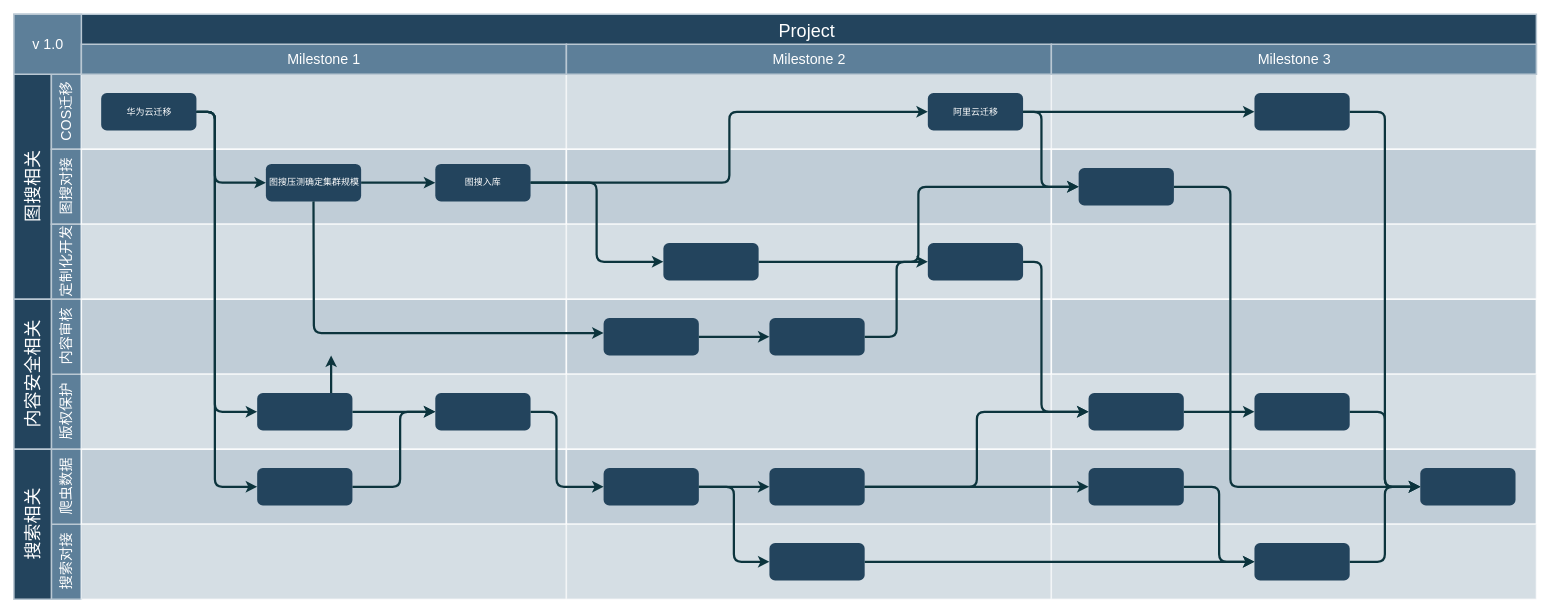
wangyu7988/studyai keeps this draw.io diagram as Untitled Diagram.drawio. Above is the earlier version. Source tidied: cells renumbered, new cells numbered last; positions are measured from the earlier drawing's top-left corner, leaving out a move shared by most shapes. Both pictures are drawn from the tidied source at 75%, with x=0, y=0 at pixel (14, 14).
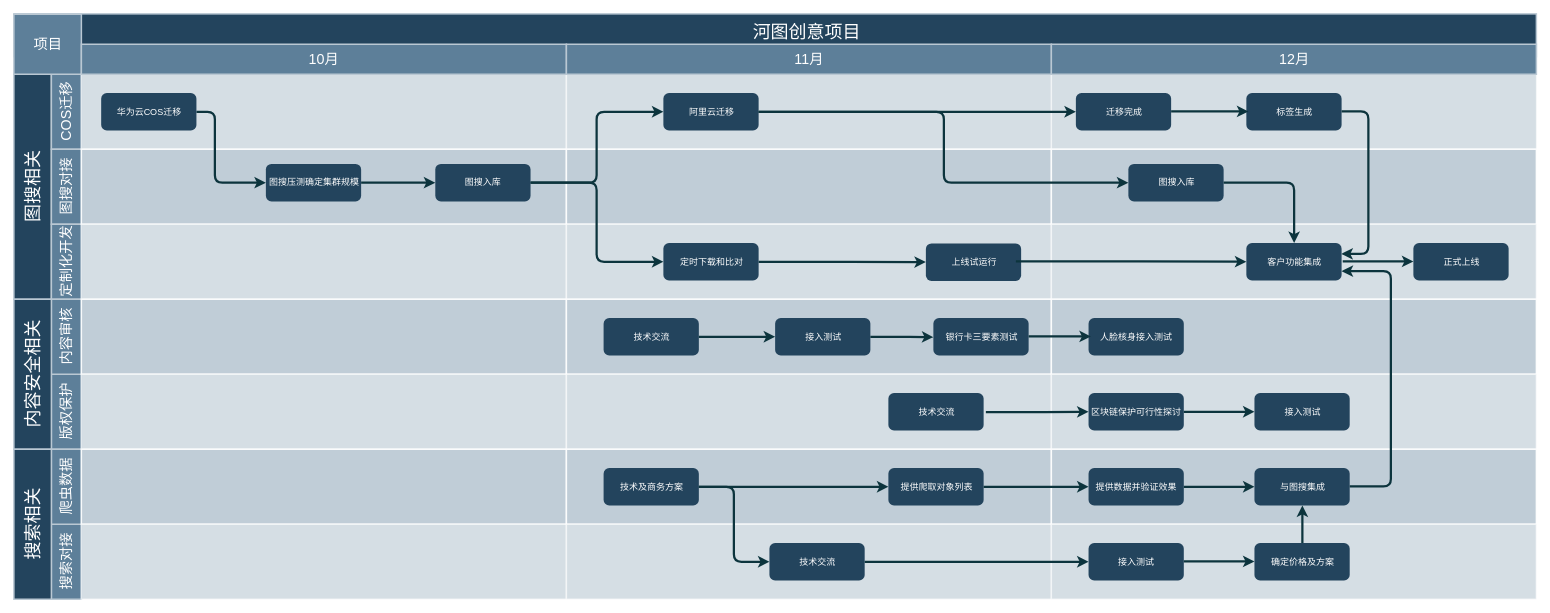
The same diagram, later.

The change refers to these unchanged cells:
```xml
<mxCell id="38" value="图搜压测确定集群规模" style="rounded=1;fillColor=#23445D;strokeColor=none;strokeWidth=2;fontFamily=Helvetica;html=1;gradientColor=none;fontColor=#FFFFFF;" parent="1" vertex="1">
  <mxGeometry x="336" y="200" width="127" height="50" as="geometry" />
</mxCell>
<mxCell id="83" style="group;fontColor=#FFFFFF;" parent="1" vertex="1">
  <mxGeometry x="90" y="40.5" width="646.7" height="40" as="geometry" />
</mxCell>
```

The edit, as a diff of the source:
```diff
@@
-    <mxCell id="2" value="Project&#10;" style="strokeColor=#BAC8D3;fillColor=#23445D;fontSize=24;strokeWidth=2;fontFamily=Helvetica;html=1;fontStyle=0;spacingBottom=8;spacingRight=0;spacingLeft=83;fontColor=#FFFFFF;" parent="1" vertex="1">
-      <mxGeometry y="0.5" width="2030" height="80" as="geometry" />
+    <mxCell id="2" value="河图创意项目" style="strokeColor=#BAC8D3;fillColor=#23445D;fontSize=24;strokeWidth=2;fontFamily=Helvetica;html=1;fontStyle=0;spacingBottom=8;spacingRight=0;spacingLeft=83;fontColor=#FFFFFF;" parent="1" vertex="1">
+      <mxGeometry width="2030" height="57" as="geometry" />
     </mxCell>
@@
-    <mxCell id="5" value="v 1.0" style="strokeColor=#BAC8D3;fillColor=#5d7f99;fontSize=19;strokeWidth=2;fontFamily=Helvetica;html=1;labelBackgroundColor=none;fontColor=#FFFFFF;" parent="1" vertex="1">
+    <mxCell id="5" value="项目" style="strokeColor=#BAC8D3;fillColor=#5d7f99;fontSize=19;strokeWidth=2;fontFamily=Helvetica;html=1;labelBackgroundColor=none;fontColor=#FFFFFF;" parent="1" vertex="1">
       <mxGeometry y="0.5" width="90" height="80" as="geometry" />
     </mxCell>
@@
-    <mxCell id="36" value="&lt;font&gt;华为云迁移&lt;/font&gt;" style="rounded=1;fillColor=#23445D;strokeColor=none;strokeWidth=2;fontFamily=Helvetica;html=1;gradientColor=none;fontColor=#FFFFFF;" parent="1" vertex="1">
+    <mxCell id="36" value="&lt;font&gt;华为云COS迁移&lt;/font&gt;" style="rounded=1;fillColor=#23445D;strokeColor=none;strokeWidth=2;fontFamily=Helvetica;html=1;gradientColor=none;fontColor=#FFFFFF;" parent="1" vertex="1">
       <mxGeometry x="116.4" y="105.5" width="127" height="50" as="geometry" />
     </mxCell>
@@
-    <mxCell id="39" style="rounded=1;fillColor=#23445D;strokeColor=none;strokeWidth=2;fontFamily=Helvetica;html=1;gradientColor=none;fontColor=#FFFFFF;" parent="1" vertex="1">
-      <mxGeometry x="561.9" y="505.5" width="127" height="50" as="geometry" />
-    </mxCell>
-    <mxCell id="40" style="rounded=1;fillColor=#23445D;strokeColor=none;strokeWidth=2;fontFamily=Helvetica;html=1;gradientColor=none;fontColor=#FFFFFF;" parent="1" vertex="1">
-      <mxGeometry x="324.4" y="605.5" width="127" height="50" as="geometry" />
-    </mxCell>
-    <mxCell id="41" style="rounded=1;fillColor=#23445D;strokeColor=none;strokeWidth=2;fontFamily=Helvetica;html=1;gradientColor=none;fontColor=#FFFFFF;" parent="1" vertex="1">
-      <mxGeometry x="324.4" y="505.5" width="127" height="50" as="geometry" />
+    <mxCell id="41" value="技术交流" style="rounded=1;fillColor=#23445D;strokeColor=none;strokeWidth=2;fontFamily=Helvetica;html=1;gradientColor=none;fontColor=#FFFFFF;" parent="1" vertex="1">
+      <mxGeometry x="1166" y="505.5" width="127" height="50" as="geometry" />
     </mxCell>
-    <mxCell id="42" style="rounded=1;fillColor=#23445D;strokeColor=none;strokeWidth=2;fontFamily=Helvetica;html=1;gradientColor=none;fontColor=#FFFFFF;" parent="1" vertex="1">
+    <mxCell id="42" value="定时下载和比对" style="rounded=1;fillColor=#23445D;strokeColor=none;strokeWidth=2;fontFamily=Helvetica;html=1;gradientColor=none;fontColor=#FFFFFF;" parent="1" vertex="1">
       <mxGeometry x="866" y="305.5" width="127" height="50" as="geometry" />
     </mxCell>
     <mxCell id="43" value="阿里云迁移" style="rounded=1;fillColor=#23445D;strokeColor=none;strokeWidth=2;fontFamily=Helvetica;html=1;gradientColor=none;fontColor=#FFFFFF;" parent="1" vertex="1">
-      <mxGeometry x="1218.6" y="105.5" width="127" height="50" as="geometry" />
+      <mxGeometry x="866" y="105.5" width="127" height="50" as="geometry" />
     </mxCell>
-    <mxCell id="44" style="rounded=1;fillColor=#23445D;strokeColor=none;strokeWidth=2;gradientColor=none;fontFamily=Helvetica;html=1;fontColor=#FFFFFF;" parent="1" vertex="1">
-      <mxGeometry x="1875.2" y="605.5" width="127" height="50" as="geometry" />
+    <mxCell id="44" value="与图搜集成" style="rounded=1;fillColor=#23445D;strokeColor=none;strokeWidth=2;gradientColor=none;fontFamily=Helvetica;html=1;fontColor=#FFFFFF;" parent="1" vertex="1">
+      <mxGeometry x="1654.1" y="605.5" width="127" height="50" as="geometry" />
     </mxCell>
-    <mxCell id="45" style="rounded=1;fillColor=#23445D;strokeColor=none;strokeWidth=2;fontFamily=Helvetica;html=1;gradientColor=none;fontColor=#FFFFFF;" parent="1" vertex="1">
-      <mxGeometry x="1007.4" y="405.5" width="127" height="50" as="geometry" />
+    <mxCell id="45" value="接入测试" style="rounded=1;fillColor=#23445D;strokeColor=none;strokeWidth=2;fontFamily=Helvetica;html=1;gradientColor=none;fontColor=#FFFFFF;" parent="1" vertex="1">
+      <mxGeometry x="1015" y="405.5" width="127" height="50" as="geometry" />
     </mxCell>
-    <mxCell id="46" style="rounded=1;fillColor=#23445D;strokeColor=none;strokeWidth=2;fontFamily=Helvetica;html=1;gradientColor=none;fontColor=#FFFFFF;" parent="1" vertex="1">
+    <mxCell id="46" value="技术交流" style="rounded=1;fillColor=#23445D;strokeColor=none;strokeWidth=2;fontFamily=Helvetica;html=1;gradientColor=none;fontColor=#FFFFFF;" parent="1" vertex="1">
       <mxGeometry x="1007.4" y="705.5" width="127" height="50" as="geometry" />
     </mxCell>
-    <mxCell id="47" style="rounded=1;fillColor=#23445D;strokeColor=none;strokeWidth=2;fontFamily=Helvetica;html=1;gradientColor=none;fontColor=#FFFFFF;" parent="1" vertex="1">
+    <mxCell id="47" value="技术及商务方案" style="rounded=1;fillColor=#23445D;strokeColor=none;strokeWidth=2;fontFamily=Helvetica;html=1;gradientColor=none;fontColor=#FFFFFF;" parent="1" vertex="1">
       <mxGeometry x="786.3" y="605.5" width="127" height="50" as="geometry" />
     </mxCell>
-    <mxCell id="48" style="rounded=1;fillColor=#23445D;strokeColor=none;strokeWidth=2;fontFamily=Helvetica;html=1;gradientColor=none;fontColor=#FFFFFF;" parent="1" vertex="1">
-      <mxGeometry x="1007.4" y="605.5" width="127" height="50" as="geometry" />
+    <mxCell id="48" value="提供爬取对象列表" style="rounded=1;fillColor=#23445D;strokeColor=none;strokeWidth=2;fontFamily=Helvetica;html=1;gradientColor=none;fontColor=#FFFFFF;" parent="1" vertex="1">
+      <mxGeometry x="1166" y="605.5" width="127" height="50" as="geometry" />
     </mxCell>
-    <mxCell id="49" style="rounded=1;fillColor=#23445D;strokeColor=none;strokeWidth=2;fontFamily=Helvetica;html=1;gradientColor=none;fontColor=#FFFFFF;" parent="1" vertex="1">
+    <mxCell id="49" value="技术交流" style="rounded=1;fillColor=#23445D;strokeColor=none;strokeWidth=2;fontFamily=Helvetica;html=1;gradientColor=none;fontColor=#FFFFFF;" parent="1" vertex="1">
       <mxGeometry x="786.3" y="405.5" width="127" height="50" as="geometry" />
     </mxCell>
-    <mxCell id="50" style="rounded=1;fillColor=#23445D;strokeColor=none;strokeWidth=2;fontFamily=Helvetica;html=1;gradientColor=none;fontColor=#FFFFFF;" parent="1" vertex="1">
-      <mxGeometry x="1218.6" y="305.5" width="127" height="50" as="geometry" />
-    </mxCell>
-    <mxCell id="51" style="rounded=1;fillColor=#23445D;strokeColor=none;strokeWidth=2;gradientColor=none;fontFamily=Helvetica;html=1;fontColor=#FFFFFF;" parent="1" vertex="1">
+    <mxCell id="51" value="区块链保护可行性探讨" style="rounded=1;fillColor=#23445D;strokeColor=none;strokeWidth=2;gradientColor=none;fontFamily=Helvetica;html=1;fontColor=#FFFFFF;" parent="1" vertex="1">
       <mxGeometry x="1432.9" y="505.5" width="127" height="50" as="geometry" />
     </mxCell>
-    <mxCell id="52" style="rounded=1;fillColor=#23445D;strokeColor=none;strokeWidth=2;gradientColor=none;fontFamily=Helvetica;html=1;fontColor=#FFFFFF;" parent="1" vertex="1">
+    <mxCell id="52" value="接入测试" style="rounded=1;fillColor=#23445D;strokeColor=none;strokeWidth=2;gradientColor=none;fontFamily=Helvetica;html=1;fontColor=#FFFFFF;" parent="1" vertex="1">
       <mxGeometry x="1654.1" y="505.5" width="127" height="50" as="geometry" />
     </mxCell>
-    <mxCell id="53" style="rounded=1;fillColor=#23445D;strokeColor=none;strokeWidth=2;gradientColor=none;fontFamily=Helvetica;html=1;fontColor=#FFFFFF;" parent="1" vertex="1">
-      <mxGeometry x="1419.7" y="205.5" width="127" height="50" as="geometry" />
+    <mxCell id="53" value="图搜入库" style="rounded=1;fillColor=#23445D;strokeColor=none;strokeWidth=2;gradientColor=none;fontFamily=Helvetica;html=1;fontColor=#FFFFFF;" parent="1" vertex="1">
+      <mxGeometry x="1486" y="200" width="127" height="50" as="geometry" />
     </mxCell>
-    <mxCell id="54" style="rounded=1;fillColor=#23445D;strokeColor=none;strokeWidth=2;gradientColor=none;fontFamily=Helvetica;html=1;fontColor=#FFFFFF;" parent="1" vertex="1">
+    <mxCell id="54" value="提供数据并验证效果" style="rounded=1;fillColor=#23445D;strokeColor=none;strokeWidth=2;gradientColor=none;fontFamily=Helvetica;html=1;fontColor=#FFFFFF;" parent="1" vertex="1">
       <mxGeometry x="1432.9" y="605.5" width="127" height="50" as="geometry" />
     </mxCell>
-    <mxCell id="55" style="rounded=1;fillColor=#23445D;strokeColor=none;strokeWidth=2;gradientColor=none;fontFamily=Helvetica;html=1;fontColor=#FFFFFF;" parent="1" vertex="1">
+    <mxCell id="55" value="确定价格及方案" style="rounded=1;fillColor=#23445D;strokeColor=none;strokeWidth=2;gradientColor=none;fontFamily=Helvetica;html=1;fontColor=#FFFFFF;" parent="1" vertex="1">
       <mxGeometry x="1654.1" y="705.5" width="127" height="50" as="geometry" />
     </mxCell>
-    <mxCell id="56" style="rounded=1;fillColor=#23445D;strokeColor=none;strokeWidth=2;gradientColor=none;fontFamily=Helvetica;html=1;fontColor=#FFFFFF;" parent="1" vertex="1">
-      <mxGeometry x="1654.1" y="105.5" width="127" height="50" as="geometry" />
+    <mxCell id="56" value="迁移完成" style="rounded=1;fillColor=#23445D;strokeColor=none;strokeWidth=2;gradientColor=none;fontFamily=Helvetica;html=1;fontColor=#FFFFFF;" parent="1" vertex="1">
+      <mxGeometry x="1416" y="105.5" width="127" height="50" as="geometry" />
     </mxCell>
-    <mxCell id="57" style="edgeStyle=elbowEdgeStyle;elbow=horizontal;strokeWidth=3;strokeColor=#0C343D;fontFamily=Helvetica;html=1;fontColor=#FFFFFF;" parent="1" edge="1" source="36" target="41">
-      <mxGeometry x="6.4" y="830.5" as="geometry">
-        <Array as="points">
-          <mxPoint x="268" y="343.5" />
-        </Array>
-      </mxGeometry>
-    </mxCell>
-    <mxCell id="58" style="edgeStyle=elbowEdgeStyle;elbow=horizontal;strokeWidth=3;strokeColor=#0C343D;fontFamily=Helvetica;html=1;fontColor=#FFFFFF;" parent="1" edge="1" source="36" target="40">
-      <mxGeometry x="6.4" y="830.5" as="geometry">
-        <Array as="points">
-          <mxPoint x="268" y="252.5" />
-        </Array>
-      </mxGeometry>
-    </mxCell>
@@
-    <mxCell id="60" style="edgeStyle=elbowEdgeStyle;elbow=horizontal;strokeWidth=3;strokeColor=#0C343D;fontFamily=Helvetica;html=1;fontColor=#FFFFFF;" parent="1" edge="1" source="41">
-      <mxGeometry x="6.4" y="830.5" as="geometry">
-        <mxPoint x="423.4" y="455.5" as="targetPoint" />
-      </mxGeometry>
-    </mxCell>
-    <mxCell id="61" style="edgeStyle=elbowEdgeStyle;elbow=horizontal;strokeWidth=3;strokeColor=#0C343D;fontFamily=Helvetica;html=1;fontColor=#FFFFFF;" parent="1" edge="1" source="41" target="39">
-      <mxGeometry x="6.4" y="830.5" as="geometry" />
-    </mxCell>
-    <mxCell id="62" style="edgeStyle=elbowEdgeStyle;elbow=horizontal;strokeWidth=3;strokeColor=#0C343D;fontFamily=Helvetica;html=1;fontColor=#FFFFFF;" parent="1" edge="1" source="40" target="39">
-      <mxGeometry x="6.4" y="830.5" as="geometry">
-        <Array as="points">
-          <mxPoint x="515" y="584.5" />
-        </Array>
-      </mxGeometry>
-    </mxCell>
@@
-    <mxCell id="66" style="edgeStyle=elbowEdgeStyle;elbow=horizontal;strokeWidth=3;strokeColor=#0C343D;fontFamily=Helvetica;html=1;fontColor=#FFFFFF;" parent="1" edge="1" source="39" target="47">
-      <mxGeometry x="6.4" y="830.5" as="geometry">
-        <Array as="points">
-          <mxPoint x="723.5" y="580.5" />
-        </Array>
-      </mxGeometry>
-    </mxCell>
@@
-    <mxCell id="69" style="edgeStyle=elbowEdgeStyle;elbow=horizontal;strokeWidth=3;strokeColor=#0C343D;fontFamily=Helvetica;html=1;fontColor=#FFFFFF;" parent="1" edge="1" source="46" target="55">
+    <mxCell id="69" style="edgeStyle=elbowEdgeStyle;elbow=horizontal;strokeWidth=3;strokeColor=#0C343D;fontFamily=Helvetica;html=1;fontColor=#FFFFFF;entryX=0;entryY=0.5;entryDx=0;entryDy=0;" parent="1" edge="1" source="46" target="98">
       <mxGeometry x="6.4" y="830.5" as="geometry" />
     </mxCell>
@@
-    <mxCell id="71" style="edgeStyle=elbowEdgeStyle;elbow=horizontal;strokeWidth=3;strokeColor=#0C343D;fontFamily=Helvetica;html=1;fontColor=#FFFFFF;" parent="1" edge="1" source="53" target="44">
+    <mxCell id="71" style="edgeStyle=elbowEdgeStyle;elbow=horizontal;strokeWidth=3;strokeColor=#0C343D;fontFamily=Helvetica;html=1;fontColor=#FFFFFF;entryX=0.5;entryY=0;entryDx=0;entryDy=0;" parent="1" edge="1" source="53" target="88">
       <mxGeometry x="6.4" y="830.5" as="geometry">
         <Array as="points">
-          <mxPoint x="1622" y="430.5" />
+          <mxPoint x="1707" y="260" />
+          <mxPoint x="1526" y="310" />
         </Array>
       </mxGeometry>
     </mxCell>
-    <mxCell id="72" style="edgeStyle=elbowEdgeStyle;elbow=horizontal;strokeWidth=3;strokeColor=#0C343D;fontFamily=Helvetica;html=1;fontColor=#FFFFFF;" parent="1" edge="1" source="54" target="55">
+    <mxCell id="72" style="edgeStyle=elbowEdgeStyle;elbow=horizontal;strokeWidth=3;strokeColor=#0C343D;fontFamily=Helvetica;html=1;fontColor=#FFFFFF;entryX=0;entryY=0.5;entryDx=0;entryDy=0;" parent="1" edge="1" source="54" target="44">
       <mxGeometry x="6.4" y="830.5" as="geometry" />
     </mxCell>
-    <mxCell id="73" style="edgeStyle=elbowEdgeStyle;elbow=horizontal;strokeWidth=3;strokeColor=#0C343D;fontFamily=Helvetica;html=1;fontColor=#FFFFFF;" parent="1" edge="1" source="48" target="51">
-      <mxGeometry x="6.4" y="830.5" as="geometry" />
-    </mxCell>
@@
-    <mxCell id="75" style="edgeStyle=elbowEdgeStyle;elbow=horizontal;strokeWidth=3;strokeColor=#0C343D;fontFamily=Helvetica;html=1;fontColor=#FFFFFF;" parent="1" edge="1" source="45" target="50">
-      <mxGeometry x="6.4" y="830.5" as="geometry" />
+    <mxCell id="75" style="edgeStyle=elbowEdgeStyle;elbow=horizontal;strokeWidth=3;strokeColor=#0C343D;fontFamily=Helvetica;html=1;fontColor=#FFFFFF;" parent="1" edge="1" source="45">
+      <mxGeometry x="6.4" y="830.5" as="geometry">
+        <mxPoint x="1226" y="431" as="targetPoint" />
+      </mxGeometry>
     </mxCell>
-    <mxCell id="76" style="edgeStyle=elbowEdgeStyle;elbow=horizontal;strokeWidth=3;strokeColor=#0C343D;fontFamily=Helvetica;html=1;fontColor=#FFFFFF;" parent="1" edge="1" source="42" target="53">
+    <mxCell id="76" style="edgeStyle=elbowEdgeStyle;elbow=horizontal;strokeWidth=3;strokeColor=#0C343D;fontFamily=Helvetica;html=1;fontColor=#FFFFFF;entryX=0;entryY=0.5;entryDx=0;entryDy=0;" parent="1" edge="1" source="42" target="89">
       <mxGeometry x="6.4" y="830.5" as="geometry" />
     </mxCell>
     <mxCell id="77" style="edgeStyle=elbowEdgeStyle;elbow=horizontal;strokeWidth=3;strokeColor=#0C343D;fontFamily=Helvetica;html=1;fontColor=#FFFFFF;" parent="1" edge="1" source="43" target="53">
-      <mxGeometry x="6.4" y="830.5" as="geometry">
-        <Array as="points">
-          <mxPoint x="1370.1" y="180.5" />
-        </Array>
-      </mxGeometry>
+      <mxGeometry x="6.4" y="830.5" as="geometry" />
     </mxCell>
@@
-    <mxCell id="79" style="edgeStyle=elbowEdgeStyle;elbow=horizontal;strokeWidth=3;strokeColor=#0C343D;fontFamily=Helvetica;html=1;fontColor=#FFFFFF;" parent="1" edge="1" source="56" target="44">
-      <mxGeometry x="6.4" y="830.5" as="geometry" />
-    </mxCell>
-    <mxCell id="80" style="edgeStyle=elbowEdgeStyle;elbow=horizontal;strokeWidth=3;strokeColor=#0C343D;fontFamily=Helvetica;html=1;fontColor=#FFFFFF;" parent="1" edge="1" source="52" target="44">
-      <mxGeometry x="6.4" y="830.5" as="geometry" />
-    </mxCell>
@@
-    <mxCell id="82" style="edgeStyle=elbowEdgeStyle;elbow=horizontal;strokeWidth=3;strokeColor=#0C343D;fontFamily=Helvetica;html=1;fontColor=#FFFFFF;" parent="1" edge="1" source="50" target="51">
-      <mxGeometry x="6.4" y="830.5" as="geometry">
-        <Array as="points">
-          <mxPoint x="1370.1" y="430.5" />
-        </Array>
-      </mxGeometry>
-    </mxCell>
@@
-    <mxCell id="84" value="Milestone 1" style="strokeColor=#BAC8D3;fillColor=#5d7f99;fontSize=19;strokeWidth=2;fontFamily=Helvetica;html=1;labelBackgroundColor=none;fontColor=#FFFFFF;" parent="83" vertex="1">
+    <mxCell id="84" value="10月" style="strokeColor=#BAC8D3;fillColor=#5d7f99;fontSize=19;strokeWidth=2;fontFamily=Helvetica;html=1;labelBackgroundColor=none;fontColor=#FFFFFF;" parent="83" vertex="1">
       <mxGeometry width="646.7" height="40" as="geometry" />
     </mxCell>
-    <mxCell id="85" value="Milestone 2" style="strokeColor=#BAC8D3;fillColor=#5d7f99;fontSize=19;strokeWidth=2;fontFamily=Helvetica;html=1;labelBackgroundColor=none;fontColor=#FFFFFF;" parent="83" vertex="1">
+    <mxCell id="85" value="11月" style="strokeColor=#BAC8D3;fillColor=#5d7f99;fontSize=19;strokeWidth=2;fontFamily=Helvetica;html=1;labelBackgroundColor=none;fontColor=#FFFFFF;" parent="83" vertex="1">
       <mxGeometry x="646.7" width="646.7" height="40" as="geometry" />
     </mxCell>
-    <mxCell id="86" value="Milestone 3" style="strokeColor=#BAC8D3;fillColor=#5d7f99;fontSize=19;strokeWidth=2;fontFamily=Helvetica;html=1;labelBackgroundColor=none;fontColor=#FFFFFF;" parent="83" vertex="1">
+    <mxCell id="86" value="12月" style="strokeColor=#BAC8D3;fillColor=#5d7f99;fontSize=19;strokeWidth=2;fontFamily=Helvetica;html=1;labelBackgroundColor=none;fontColor=#FFFFFF;" parent="83" vertex="1">
       <mxGeometry x="1293.3" width="646.7" height="40" as="geometry" />
     </mxCell>
-    <mxCell id="87" style="edgeStyle=elbowEdgeStyle;elbow=horizontal;strokeWidth=3;strokeColor=#0C343D;fontFamily=Helvetica;html=1;fontColor=#FFFFFF;exitX=0.5;exitY=1;exitDx=0;exitDy=0;" parent="1" edge="1" source="38">
-      <mxGeometry x="-73.3" y="925.5" as="geometry">
-        <mxPoint x="786.3" y="425.5" as="targetPoint" />
-        <Array as="points">
-          <mxPoint x="400" y="340" />
-        </Array>
-      </mxGeometry>
-    </mxCell>
+    <mxCell id="88" value="客户功能集成" style="rounded=1;fillColor=#23445D;strokeColor=none;strokeWidth=2;fontFamily=Helvetica;html=1;gradientColor=none;fontColor=#FFFFFF;" parent="1" vertex="1">
+      <mxGeometry x="1643.3" y="305.5" width="127" height="50" as="geometry" />
+    </mxCell>
+    <mxCell id="89" value="上线试运行" style="rounded=1;fillColor=#23445D;strokeColor=none;strokeWidth=2;gradientColor=none;fontFamily=Helvetica;html=1;fontColor=#FFFFFF;" parent="1" vertex="1">
+      <mxGeometry x="1216" y="306" width="127" height="50" as="geometry" />
+    </mxCell>
+    <mxCell id="90" style="edgeStyle=elbowEdgeStyle;elbow=horizontal;strokeWidth=3;strokeColor=#0C343D;fontFamily=Helvetica;html=1;fontColor=#FFFFFF;entryX=0;entryY=0.5;entryDx=0;entryDy=0;" parent="1" edge="1" target="88">
+      <mxGeometry x="349.4" y="830.1" as="geometry">
+        <mxPoint x="1336" y="330.1" as="sourcePoint" />
+      </mxGeometry>
+    </mxCell>
+    <mxCell id="91" value="正式上线" style="rounded=1;fillColor=#23445D;strokeColor=none;strokeWidth=2;fontFamily=Helvetica;html=1;gradientColor=none;fontColor=#FFFFFF;" parent="1" vertex="1">
+      <mxGeometry x="1866" y="305.5" width="127" height="50" as="geometry" />
+    </mxCell>
+    <mxCell id="92" style="edgeStyle=elbowEdgeStyle;elbow=horizontal;strokeWidth=3;strokeColor=#0C343D;fontFamily=Helvetica;html=1;fontColor=#FFFFFF;" parent="1" edge="1">
+      <mxGeometry x="218.4" y="630.1" as="geometry">
+        <mxPoint x="1771.8" y="330.1" as="sourcePoint" />
+        <mxPoint x="1866" y="330.1" as="targetPoint" />
+      </mxGeometry>
+    </mxCell>
+    <mxCell id="93" style="edgeStyle=elbowEdgeStyle;elbow=horizontal;strokeWidth=3;strokeColor=#0C343D;fontFamily=Helvetica;html=1;fontColor=#FFFFFF;" parent="1" edge="1" target="51">
+      <mxGeometry x="-292.1" y="834.6" as="geometry">
+        <mxPoint x="1296" y="531" as="sourcePoint" />
+      </mxGeometry>
+    </mxCell>
+    <mxCell id="94" value="银行卡三要素测试" style="rounded=1;fillColor=#23445D;strokeColor=none;strokeWidth=2;fontFamily=Helvetica;html=1;gradientColor=none;fontColor=#FFFFFF;" parent="1" vertex="1">
+      <mxGeometry x="1226" y="405.5" width="127" height="50" as="geometry" />
+    </mxCell>
+    <mxCell id="95" value="人脸核身接入测试" style="rounded=1;fillColor=#23445D;strokeColor=none;strokeWidth=2;fontFamily=Helvetica;html=1;gradientColor=none;fontColor=#FFFFFF;" parent="1" vertex="1">
+      <mxGeometry x="1432.9" y="405.5" width="127" height="50" as="geometry" />
+    </mxCell>
+    <mxCell id="96" style="edgeStyle=elbowEdgeStyle;elbow=horizontal;strokeWidth=3;strokeColor=#0C343D;fontFamily=Helvetica;html=1;fontColor=#FFFFFF;" parent="1" edge="1">
+      <mxGeometry x="-200.5" y="730.1" as="geometry">
+        <mxPoint x="1353" y="430.1" as="sourcePoint" />
+        <mxPoint x="1436" y="430" as="targetPoint" />
+      </mxGeometry>
+    </mxCell>
+    <mxCell id="97" style="edgeStyle=elbowEdgeStyle;elbow=horizontal;strokeWidth=3;strokeColor=#0C343D;fontFamily=Helvetica;html=1;fontColor=#FFFFFF;entryX=1;entryY=0.75;entryDx=0;entryDy=0;" parent="1" edge="1" target="88">
+      <mxGeometry x="227.6" y="930.1" as="geometry">
+        <mxPoint x="1781.1" y="630.1" as="sourcePoint" />
+        <Array as="points">
+          <mxPoint x="1836" y="500" />
+        </Array>
+      </mxGeometry>
+    </mxCell>
+    <mxCell id="98" value="接入测试" style="rounded=1;fillColor=#23445D;strokeColor=none;strokeWidth=2;gradientColor=none;fontFamily=Helvetica;html=1;fontColor=#FFFFFF;" parent="1" vertex="1">
+      <mxGeometry x="1432.9" y="705.5" width="127" height="50" as="geometry" />
+    </mxCell>
+    <mxCell id="99" style="edgeStyle=elbowEdgeStyle;elbow=horizontal;strokeWidth=3;strokeColor=#0C343D;fontFamily=Helvetica;html=1;fontColor=#FFFFFF;entryX=0;entryY=0.5;entryDx=0;entryDy=0;" parent="1" edge="1">
+      <mxGeometry x="6.4" y="930.1" as="geometry">
+        <mxPoint x="1559.9" y="730.1" as="sourcePoint" />
+        <mxPoint x="1654.1" y="730.1" as="targetPoint" />
+      </mxGeometry>
+    </mxCell>
+    <mxCell id="100" value="标签生成" style="rounded=1;fillColor=#23445D;strokeColor=none;strokeWidth=2;gradientColor=none;fontFamily=Helvetica;html=1;fontColor=#FFFFFF;" parent="1" vertex="1">
+      <mxGeometry x="1643.3" y="105.5" width="127" height="50" as="geometry" />
+    </mxCell>
+    <mxCell id="101" style="edgeStyle=elbowEdgeStyle;elbow=horizontal;strokeWidth=3;strokeColor=#0C343D;fontFamily=Helvetica;html=1;fontColor=#FFFFFF;" parent="1" edge="1">
+      <mxGeometry x="-10.5" y="430.1" as="geometry">
+        <mxPoint x="1543" y="130.1" as="sourcePoint" />
+        <mxPoint x="1646" y="130" as="targetPoint" />
+      </mxGeometry>
+    </mxCell>
+    <mxCell id="102" style="edgeStyle=elbowEdgeStyle;elbow=horizontal;strokeWidth=3;strokeColor=#0C343D;fontFamily=Helvetica;html=1;fontColor=#FFFFFF;" parent="1" edge="1">
+      <mxGeometry x="163.8" y="735.5" as="geometry">
+        <mxPoint x="1770.3" y="130" as="sourcePoint" />
+        <mxPoint x="1770" y="320" as="targetPoint" />
+        <Array as="points">
+          <mxPoint x="1806" y="220" />
+          <mxPoint x="1683.3" y="215" />
+        </Array>
+      </mxGeometry>
+    </mxCell>
```
